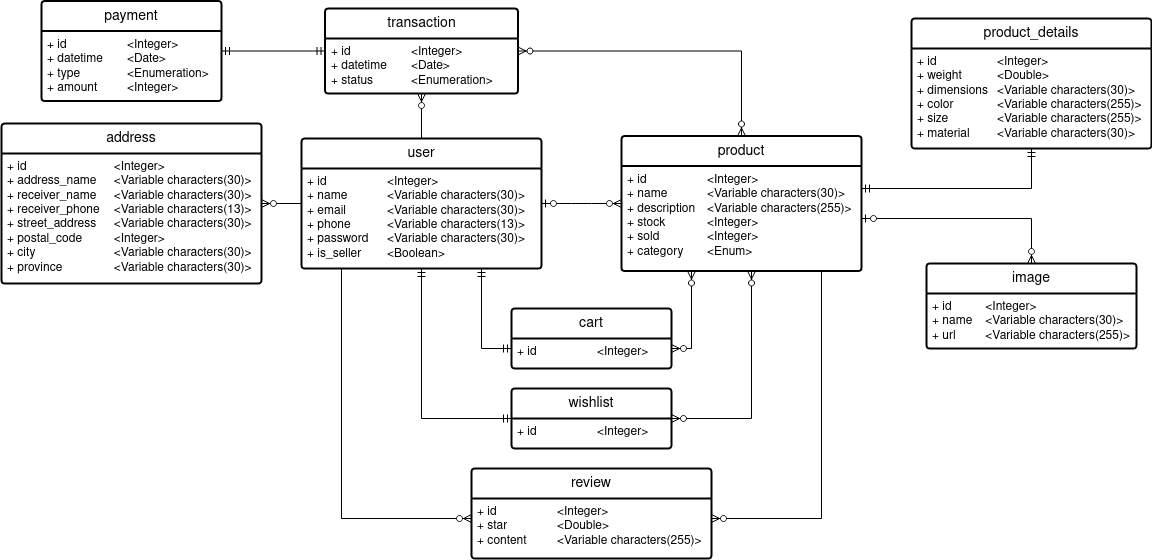
Above: img/NusantaraStore051_CDM.drawio.png in borednuna/NusantaraStore051_BE (draw.io), before the change. Source tidied: cells renumbered, new cells last; positions are measured from the earlier drawing's top-left corner, leaving out a move shared by most shapes.
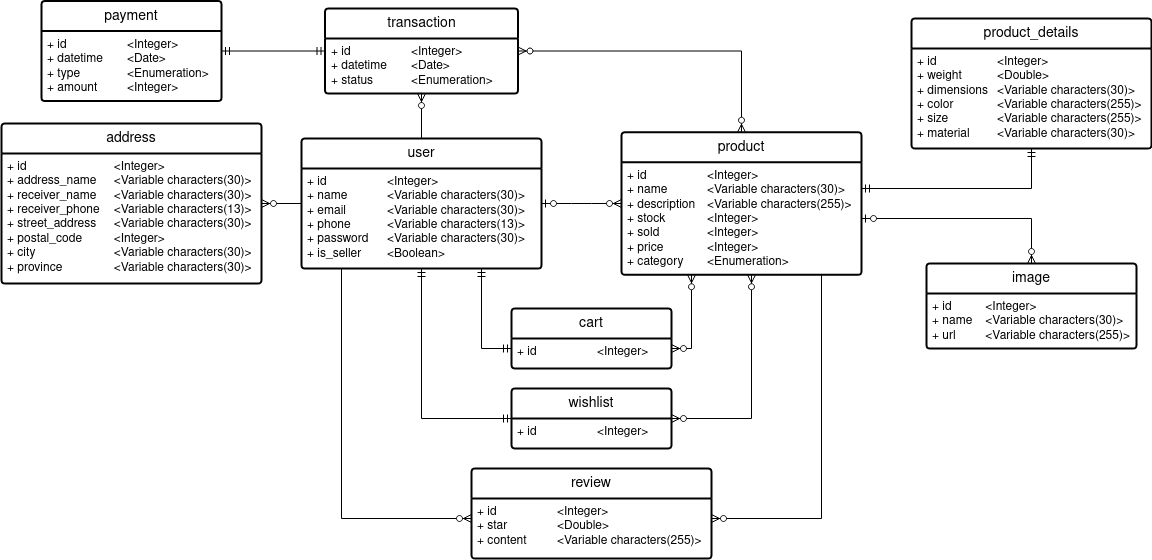
Later version of the same file.

Change to the diagram source:
```diff
@@ -18,10 +18,10 @@
       <mxGeometry relative="1" as="geometry" />
     </mxCell>
     <mxCell id="7" value="product" style="swimlane;horizontal=1;startSize=30;rounded=1;fontSize=14;fontStyle=0;strokeWidth=2;shadow=0;dashed=0;align=center;arcSize=4;whiteSpace=wrap;html=1;" parent="1" vertex="1">
-      <mxGeometry x="620" y="135.5" width="240" height="135" as="geometry" />
+      <mxGeometry x="620" y="131.8" width="240" height="142.5" as="geometry" />
     </mxCell>
-    <mxCell id="8" value="&lt;div&gt;+ id&lt;span style=&quot;white-space: pre;&quot;&gt;&#9;&lt;/span&gt;&lt;span style=&quot;white-space: pre;&quot;&gt;&#9;&lt;/span&gt;&lt;span style=&quot;white-space: pre;&quot;&gt;&#9;&lt;/span&gt;&amp;lt;Integer&amp;gt;&lt;/div&gt;&lt;div&gt;+ name&lt;span style=&quot;white-space: pre;&quot;&gt;&#9;&lt;/span&gt;&lt;span style=&quot;white-space: pre;&quot;&gt;&#9;&lt;/span&gt;&amp;lt;Variable characters(30)&amp;gt;&lt;br&gt;&lt;/div&gt;&lt;div&gt;+ description&lt;span style=&quot;white-space: pre;&quot;&gt;&#9;&lt;/span&gt;&amp;lt;Variable characters(255)&amp;gt;&lt;br&gt;&lt;/div&gt;&lt;div&gt;+ stock&lt;span style=&quot;white-space: pre;&quot;&gt;&#9;&lt;/span&gt;&lt;span style=&quot;white-space: pre;&quot;&gt;&#9;&lt;/span&gt;&amp;lt;Integer&amp;gt;&lt;/div&gt;&lt;div&gt;+ sold&lt;span style=&quot;white-space: pre;&quot;&gt;&#9;&lt;/span&gt;&lt;span style=&quot;white-space: pre;&quot;&gt;&#9;&lt;/span&gt;&amp;lt;Integer&amp;gt;&lt;/div&gt;&lt;div&gt;+ category&lt;span style=&quot;white-space: pre;&quot;&gt;&#9;&lt;/span&gt;&amp;lt;Enum&amp;gt;&lt;br&gt;&lt;/div&gt;" style="align=left;strokeColor=none;fillColor=none;spacingLeft=4;fontSize=12;verticalAlign=top;html=1;" parent="7" vertex="1">
-      <mxGeometry y="30" width="240" height="105" as="geometry" />
+    <mxCell id="8" value="&lt;div&gt;+ id&lt;span style=&quot;white-space: pre;&quot;&gt;&#9;&lt;/span&gt;&lt;span style=&quot;white-space: pre;&quot;&gt;&#9;&lt;/span&gt;&lt;span style=&quot;white-space: pre;&quot;&gt;&#9;&lt;/span&gt;&amp;lt;Integer&amp;gt;&lt;/div&gt;&lt;div&gt;+ name&lt;span style=&quot;white-space: pre;&quot;&gt;&#9;&lt;/span&gt;&lt;span style=&quot;white-space: pre;&quot;&gt;&#9;&lt;/span&gt;&amp;lt;Variable characters(30)&amp;gt;&lt;br&gt;&lt;/div&gt;&lt;div&gt;+ description&lt;span style=&quot;white-space: pre;&quot;&gt;&#9;&lt;/span&gt;&amp;lt;Variable characters(255)&amp;gt;&lt;br&gt;&lt;/div&gt;&lt;div&gt;+ stock&lt;span style=&quot;white-space: pre;&quot;&gt;&#9;&lt;/span&gt;&lt;span style=&quot;white-space: pre;&quot;&gt;&#9;&lt;/span&gt;&amp;lt;Integer&amp;gt;&lt;/div&gt;&lt;div&gt;+ sold&lt;span style=&quot;white-space: pre;&quot;&gt;&#9;&lt;/span&gt;&lt;span style=&quot;white-space: pre;&quot;&gt;&#9;&lt;/span&gt;&amp;lt;Integer&amp;gt;&lt;/div&gt;&lt;div&gt;+ price&lt;span style=&quot;white-space: pre;&quot;&gt;&#9;&lt;/span&gt;&lt;span style=&quot;white-space: pre;&quot;&gt;&#9;&lt;/span&gt;&amp;lt;Integer&amp;gt;&lt;br&gt;&lt;/div&gt;&lt;div&gt;+ category&lt;span style=&quot;white-space: pre;&quot;&gt;&#9;&lt;/span&gt;&amp;lt;Enumeration&amp;gt;&lt;br&gt;&lt;/div&gt;" style="align=left;strokeColor=none;fillColor=none;spacingLeft=4;fontSize=12;verticalAlign=top;html=1;" parent="7" vertex="1">
+      <mxGeometry y="30" width="240" height="112.5" as="geometry" />
     </mxCell>
     <mxCell id="9" value="product_details" style="swimlane;horizontal=1;startSize=30;rounded=1;fontSize=14;fontStyle=0;strokeWidth=2;shadow=0;dashed=0;align=center;arcSize=4;whiteSpace=wrap;html=1;" parent="1" vertex="1">
       <mxGeometry x="910" y="18" width="240" height="130" as="geometry" />
```
